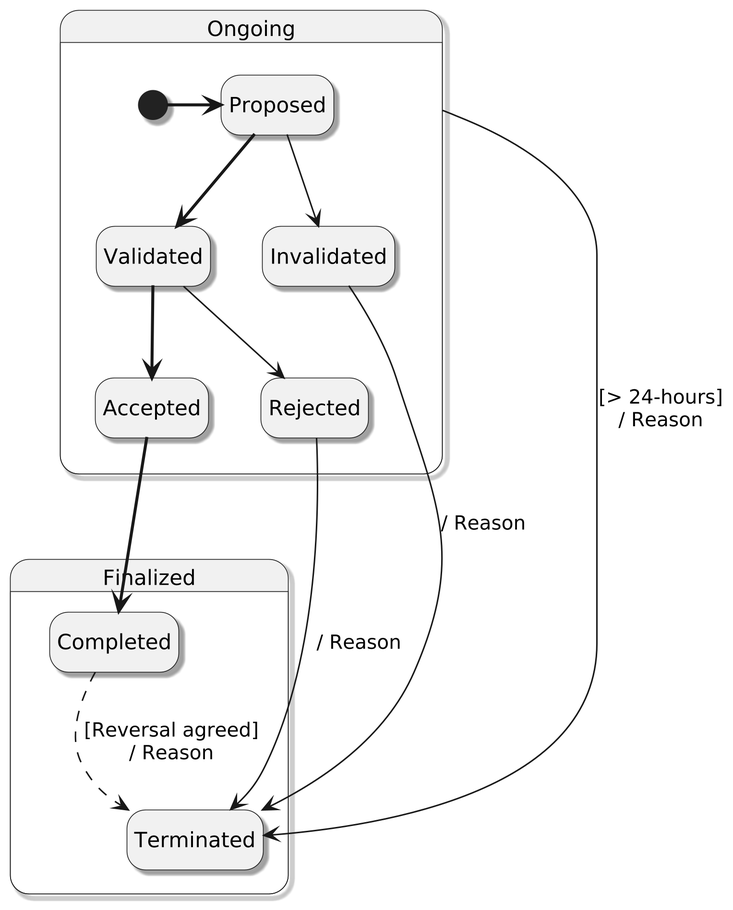
The PlantUML diagram diagrams/Transaction State Chart.png in frankcnng/CARP, before a commit.
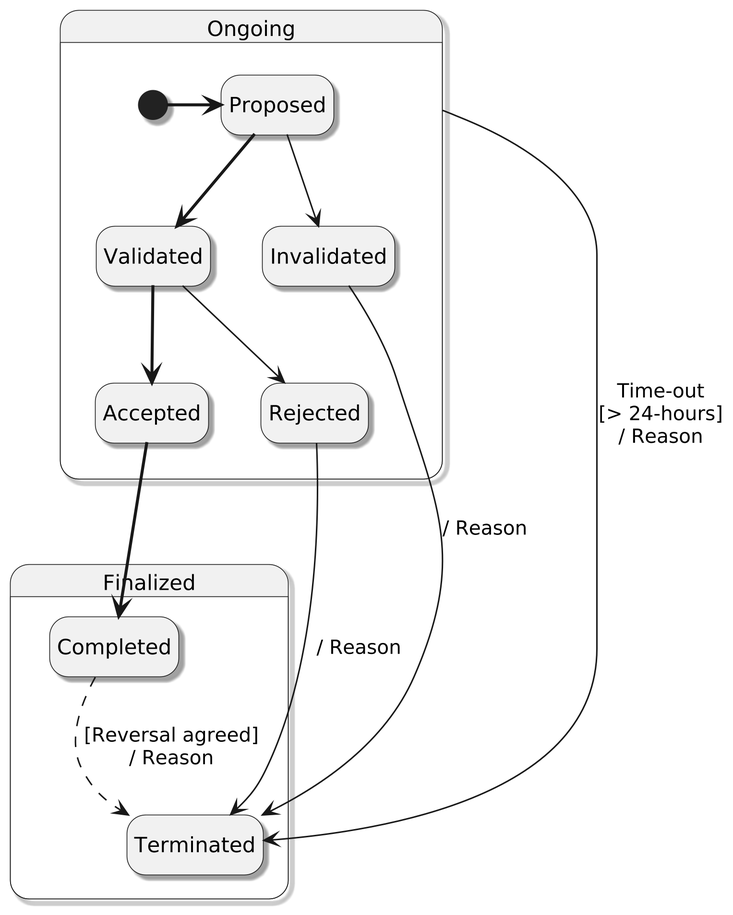
After the commit.

The edit, as a diff of the source:
```diff
@@ -22,7 +22,7 @@
   Accepted -[bold]-> Completed
   Invalidated --> Terminated : / Reason
   Rejected --> Terminated : / Reason
-  ip --> Terminated : [> 24-hours]\n/ Reason
+  ip --> Terminated : Time-out\n[> 24-hours]\n/ Reason
   Completed -[dashed]-> Terminated : [Reversal agreed]\n/ Reason
 }
 @enduml
```
